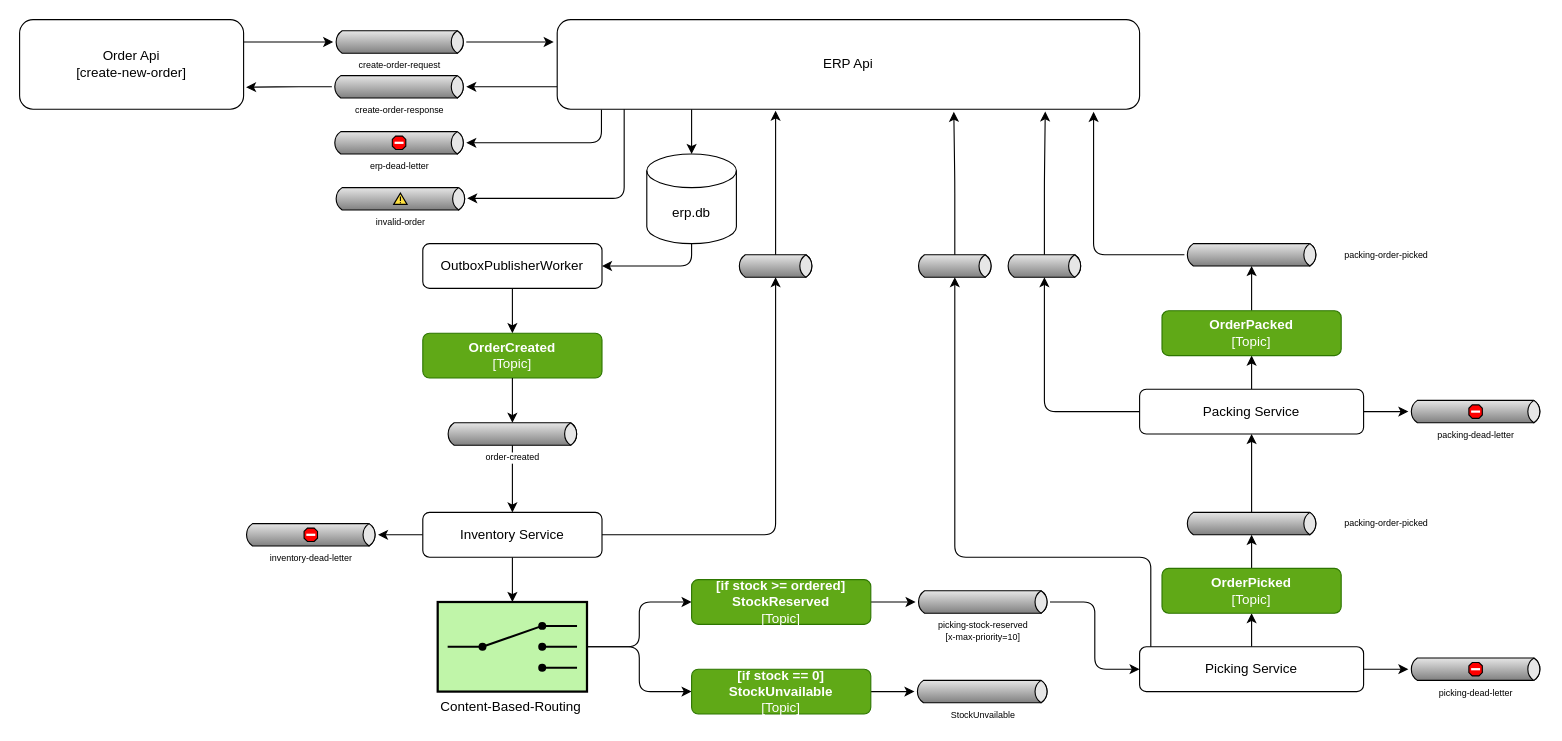
ebuojr/StreamFlow keeps this draw.io diagram as wms-ecom-messaging-flow.drawio. Above is the earlier version. Source tidied: cells renumbered, new cells numbered last; positions are measured from the earlier drawing's top-left corner, leaving out a move shared by most shapes. Both pictures are drawn from the tidied source at 112%, with x=0, y=0 at pixel (19, 19).
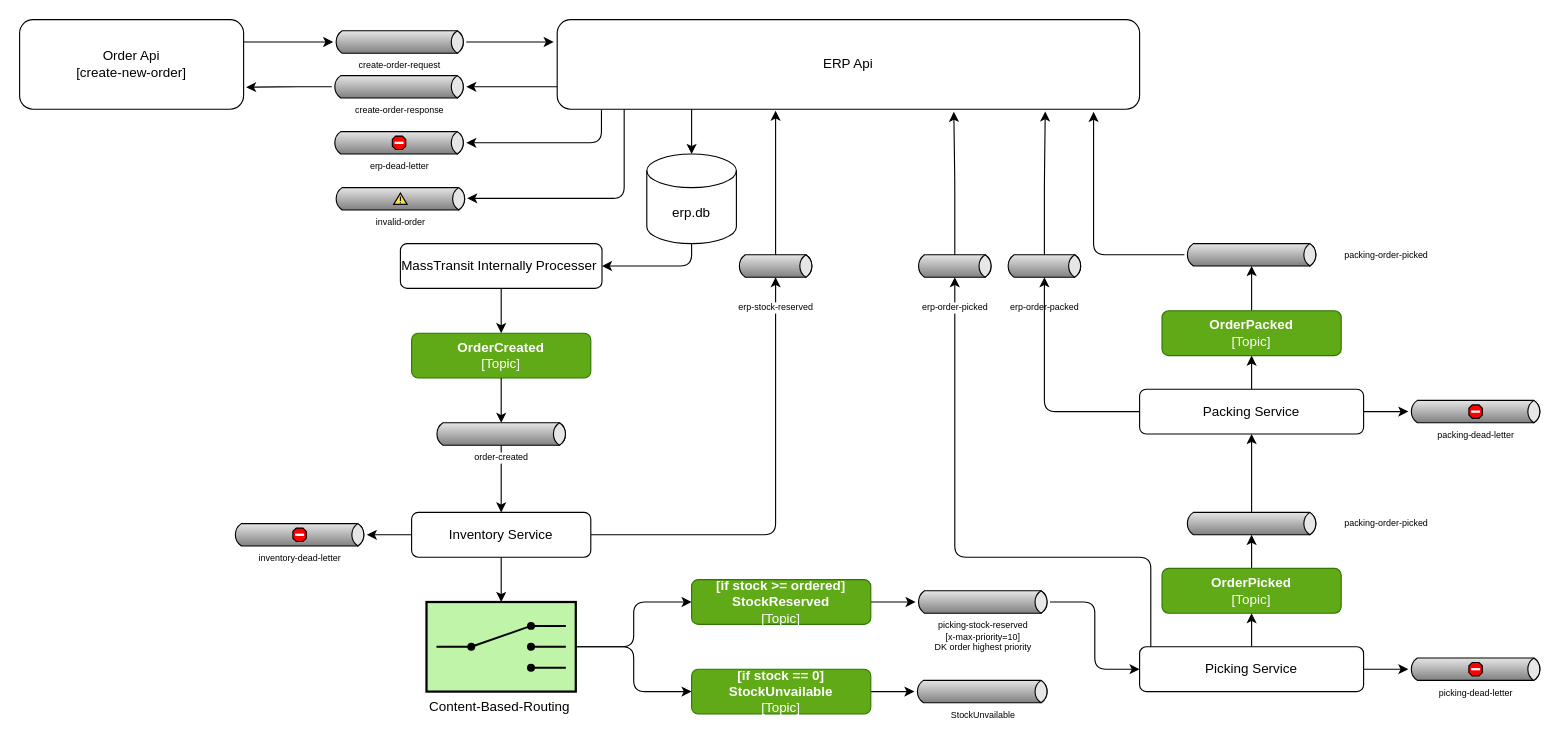
The same diagram, later.

Change to the diagram source:
```diff
@@
-    <mxCell id="12" value="OutboxPublisherWorker" style="rounded=1;whiteSpace=wrap;html=1;" parent="1" vertex="1">
-      <mxGeometry x="360" y="200" width="160" height="40" as="geometry" />
+    <mxCell id="12" value="MassTransit Internally Processer&amp;nbsp;" style="rounded=1;whiteSpace=wrap;html=1;" parent="1" vertex="1">
+      <mxGeometry x="340" y="200" width="180" height="40" as="geometry" />
     </mxCell>
@@
     <mxCell id="17" value="&lt;b&gt;OrderCreated&lt;/b&gt;&lt;div&gt;[Topic]&lt;/div&gt;" style="rounded=1;whiteSpace=wrap;html=1;fillColor=#60a917;fontColor=#ffffff;strokeColor=#2D7600;" parent="1" vertex="1">
-      <mxGeometry x="360" y="280" width="160" height="40" as="geometry" />
+      <mxGeometry x="350" y="280" width="160" height="40" as="geometry" />
     </mxCell>
@@
     <mxCell id="19" value="order-created" style="strokeWidth=1;outlineConnect=0;dashed=0;align=center;html=1;fontSize=8;shape=mxgraph.eip.messageChannel;verticalLabelPosition=bottom;labelBackgroundColor=#ffffff;verticalAlign=top;rounded=1;" parent="1" vertex="1">
-      <mxGeometry x="380" y="360" width="120" height="20" as="geometry" />
+      <mxGeometry x="370" y="360" width="120" height="20" as="geometry" />
     </mxCell>
@@
     <mxCell id="24" value="Inventory Service" style="rounded=1;whiteSpace=wrap;html=1;" parent="1" vertex="1">
-      <mxGeometry x="360" y="440" width="160" height="40" as="geometry" />
+      <mxGeometry x="350" y="440" width="160" height="40" as="geometry" />
     </mxCell>
@@
     <mxCell id="27" value="Content-Based-Routing&amp;nbsp;" style="html=1;strokeWidth=2;outlineConnect=0;dashed=0;align=center;fontSize=12;fillColor=#c0f5a9;verticalLabelPosition=bottom;verticalAlign=top;shape=mxgraph.eip.content_based_router;fontStyle=0;labelPosition=center;rounded=1;" parent="1" vertex="1">
-      <mxGeometry x="373.3" y="520" width="133.3" height="80" as="geometry" />
+      <mxGeometry x="363.3" y="520" width="133.3" height="80" as="geometry" />
     </mxCell>
@@
-    <mxCell id="34" value="picking-stock-reserved&lt;div&gt;[x-max-priority=10]&lt;/div&gt;" style="strokeWidth=1;outlineConnect=0;dashed=0;align=center;html=1;fontSize=8;shape=mxgraph.eip.messageChannel;verticalLabelPosition=bottom;labelBackgroundColor=#ffffff;verticalAlign=top;rounded=1;" parent="1" vertex="1">
+    <mxCell id="34" value="&lt;div&gt;picking-stock-reserved&lt;/div&gt;&lt;div&gt;[x-max-priority=10]&lt;/div&gt;&lt;div&gt;DK order highest priority&lt;/div&gt;" style="strokeWidth=1;outlineConnect=0;dashed=0;align=center;html=1;fontSize=8;shape=mxgraph.eip.messageChannel;verticalLabelPosition=bottom;labelBackgroundColor=#ffffff;verticalAlign=top;rounded=1;" parent="1" vertex="1">
       <mxGeometry x="800" y="510" width="120" height="20" as="geometry" />
     </mxCell>
     <mxCell id="35" value="inventory-dead-letter" style="strokeWidth=1;outlineConnect=0;dashed=0;align=center;html=1;fontSize=8;shape=mxgraph.eip.deadLetterChannel;verticalLabelPosition=bottom;labelBackgroundColor=#ffffff;verticalAlign=top;rounded=1;" parent="1" vertex="1">
-      <mxGeometry x="200" y="450" width="120" height="20" as="geometry" />
+      <mxGeometry x="190" y="450" width="120" height="20" as="geometry" />
     </mxCell>
@@
-    <mxCell id="54" style="strokeWidth=1;outlineConnect=0;dashed=0;align=center;html=1;fontSize=8;shape=mxgraph.eip.messageChannel;verticalLabelPosition=bottom;labelBackgroundColor=#ffffff;verticalAlign=top;rounded=1;" parent="1" vertex="1">
+    <mxCell id="54" value="erp-stock-reserved" style="strokeWidth=1;outlineConnect=0;dashed=0;align=center;html=1;fontSize=8;shape=mxgraph.eip.messageChannel;verticalLabelPosition=bottom;labelBackgroundColor=#ffffff;verticalAlign=top;rounded=1;labelPosition=center;spacing=2;spacingRight=0;spacingBottom=0;spacingTop=16;" parent="1" vertex="1">
       <mxGeometry x="640" y="210" width="70" height="20" as="geometry" />
     </mxCell>
-    <mxCell id="55" style="strokeWidth=1;outlineConnect=0;dashed=0;align=center;html=1;fontSize=8;shape=mxgraph.eip.messageChannel;verticalLabelPosition=bottom;labelBackgroundColor=#ffffff;verticalAlign=top;rounded=1;" parent="1" vertex="1">
+    <mxCell id="55" value="erp-order-picked" style="strokeWidth=1;outlineConnect=0;dashed=0;align=center;html=1;fontSize=8;shape=mxgraph.eip.messageChannel;verticalLabelPosition=bottom;labelBackgroundColor=#ffffff;verticalAlign=top;rounded=1;spacingTop=16;" parent="1" vertex="1">
       <mxGeometry x="800" y="210" width="70" height="20" as="geometry" />
     </mxCell>
-    <mxCell id="56" style="strokeWidth=1;outlineConnect=0;dashed=0;align=center;html=1;fontSize=8;shape=mxgraph.eip.messageChannel;verticalLabelPosition=bottom;labelBackgroundColor=#ffffff;verticalAlign=top;rounded=1;" parent="1" vertex="1">
+    <mxCell id="56" value="erp-order-packed" style="strokeWidth=1;outlineConnect=0;dashed=0;align=center;html=1;fontSize=8;shape=mxgraph.eip.messageChannel;verticalLabelPosition=bottom;labelBackgroundColor=#ffffff;verticalAlign=top;rounded=1;spacingTop=16;" parent="1" vertex="1">
       <mxGeometry x="880" y="210" width="70" height="20" as="geometry" />
     </mxCell>
```
